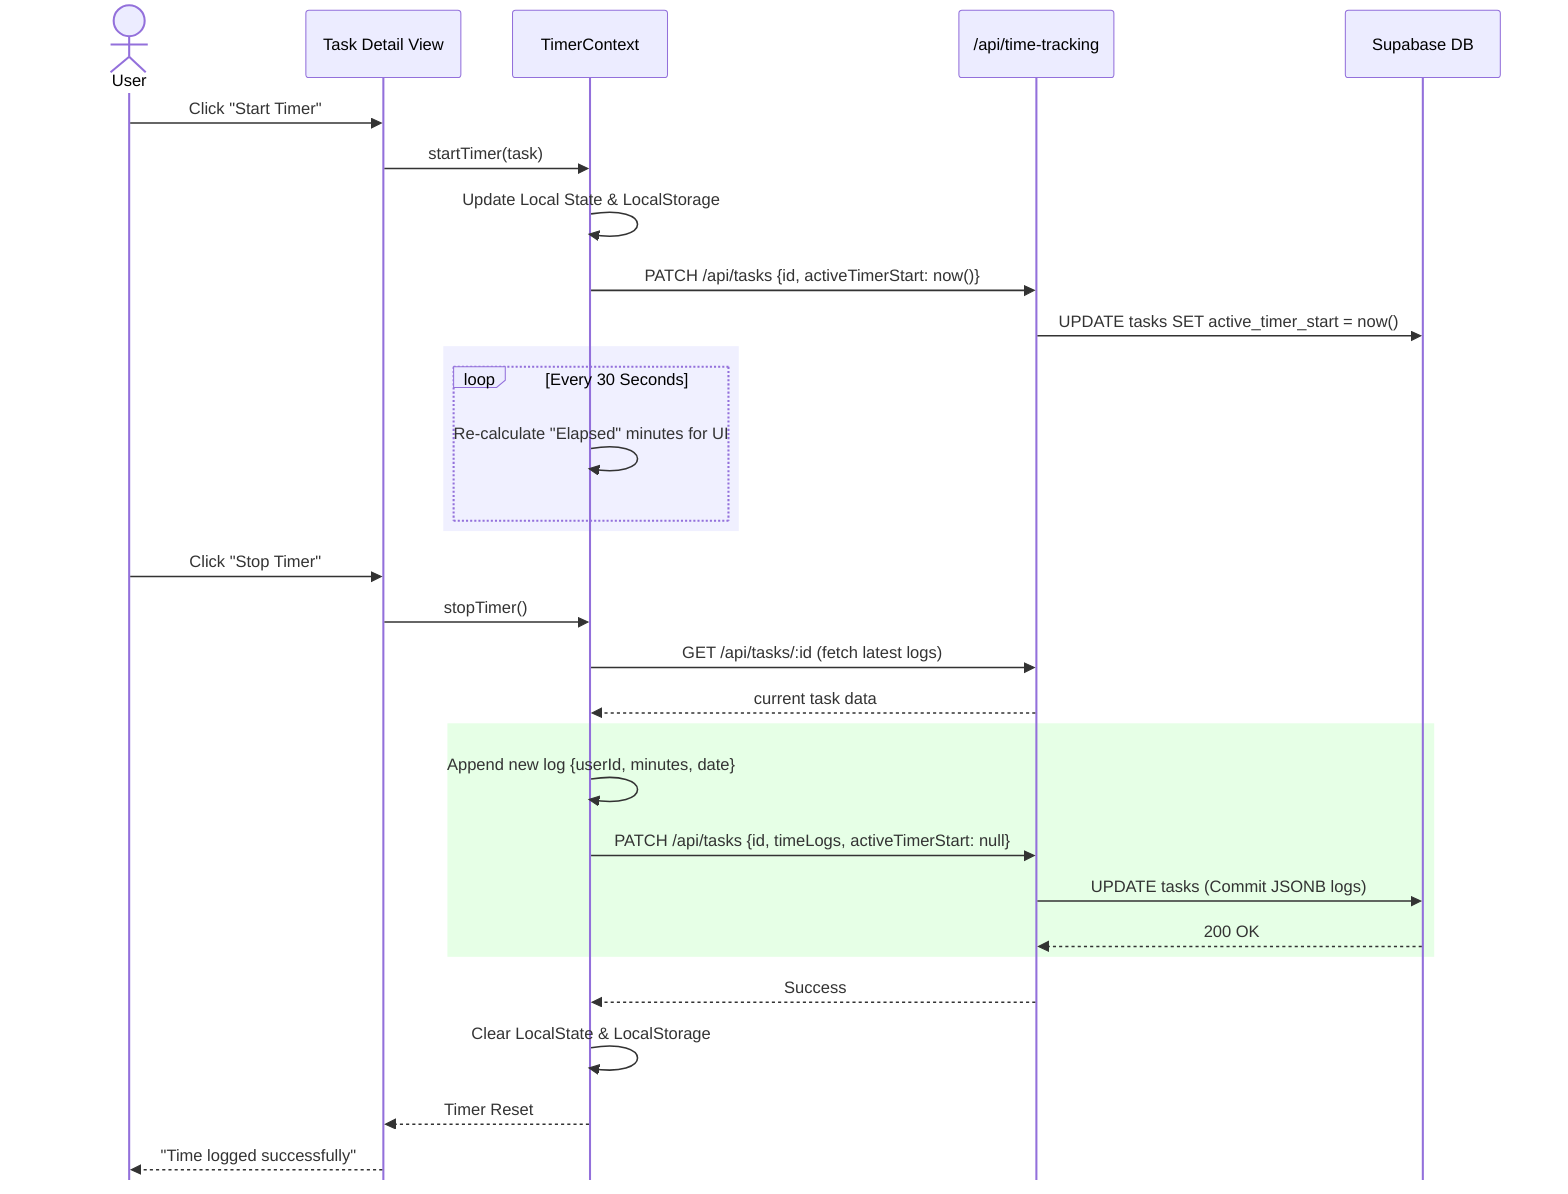
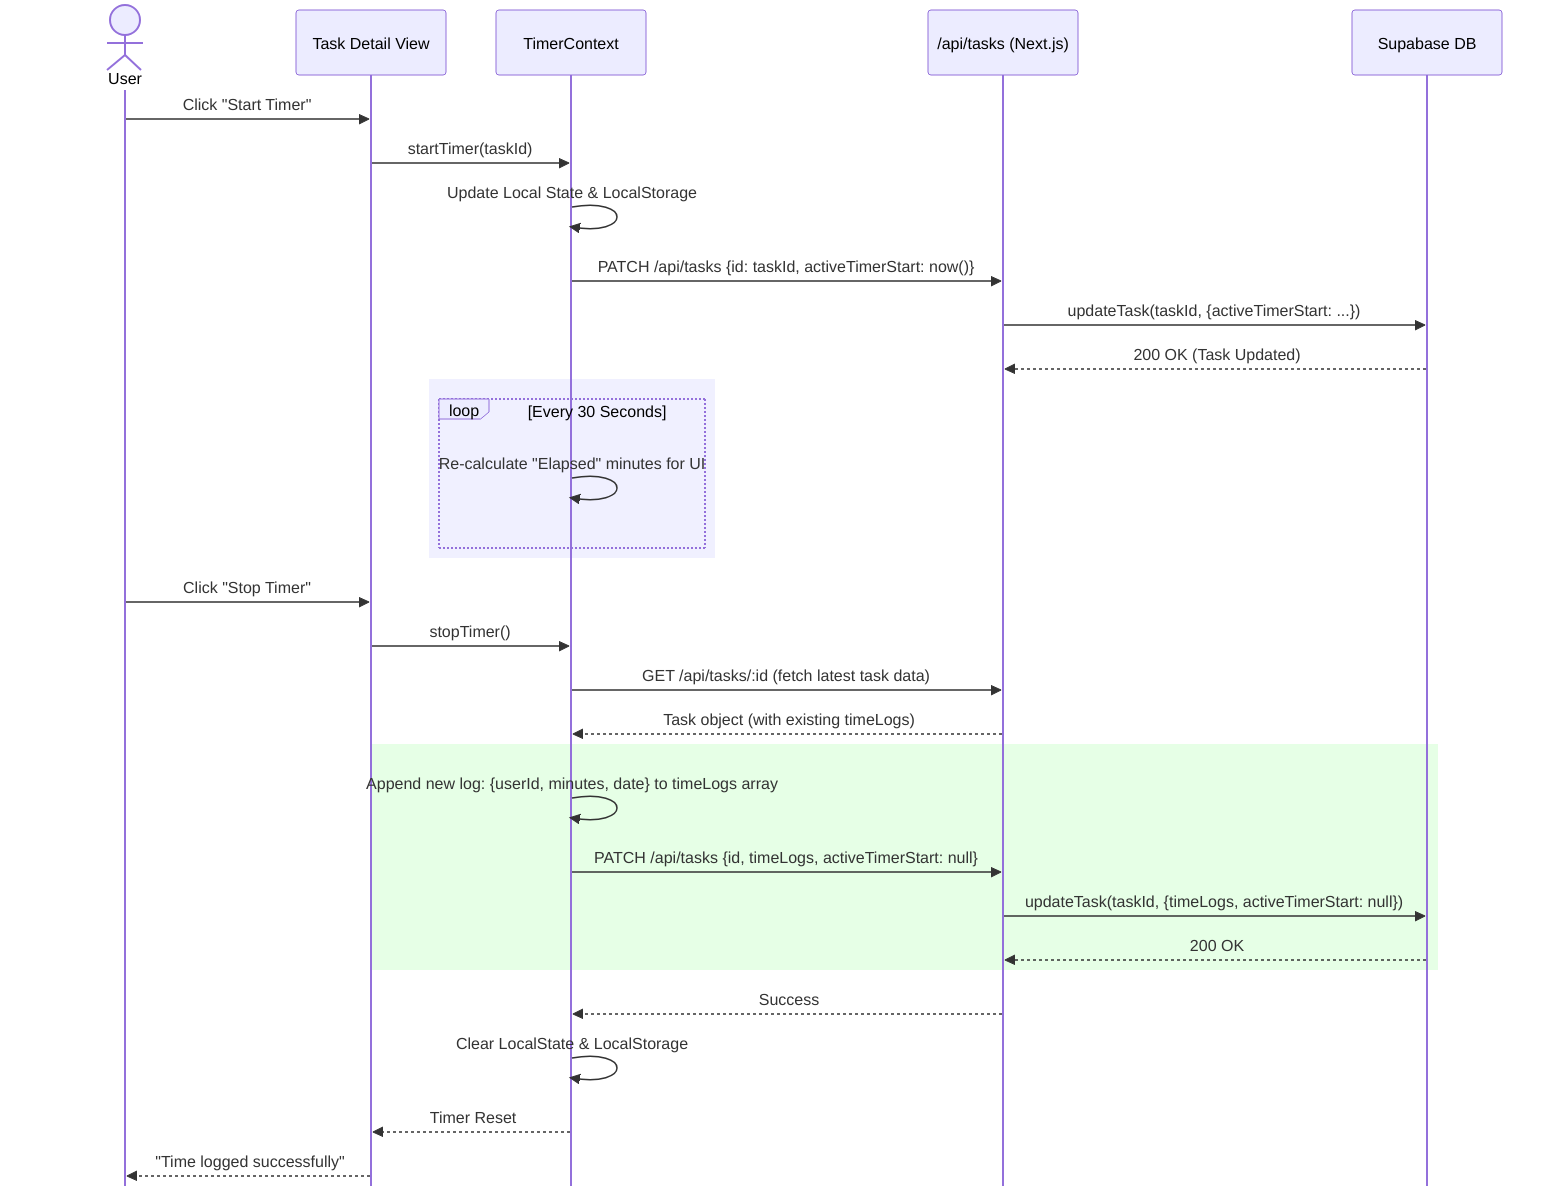
%%{init: {"sequence": {"mirrorActors": false}}}%%
sequenceDiagram
    actor User
    participant Page as Task Detail View
    participant Ctx as TimerContext
-     participant API as /api/time-tracking
+     participant API as /api/tasks (Next.js)
    participant DB as Supabase DB

    User->>Page: Click "Start Timer"
-     Page->>Ctx: startTimer(task)
+     Page->>Ctx: startTimer(taskId)
    Ctx->>Ctx: Update Local State & LocalStorage
-     Ctx->>API: PATCH /api/tasks {id, activeTimerStart: now()}
-     API->>DB: UPDATE tasks SET active_timer_start = now()
+     Ctx->>API: PATCH /api/tasks {id: taskId, activeTimerStart: now()}
+     API->>DB: updateTask(taskId, {activeTimerStart: ...})
+     DB-->>API: 200 OK (Task Updated)

    rect rgb(240, 240, 255)
    loop Every 30 Seconds
        Ctx->>Ctx: Re-calculate "Elapsed" minutes for UI
    end
    end

    User->>Page: Click "Stop Timer"
    Page->>Ctx: stopTimer()
-     Ctx->>API: GET /api/tasks/:id (fetch latest logs)
-     API-->>Ctx: current task data
+     Ctx->>API: GET /api/tasks/:id (fetch latest task data)
+     API-->>Ctx: Task object (with existing timeLogs)

    rect rgb(230, 255, 230)
-     Ctx->>Ctx: Append new log {userId, minutes, date}
+     Ctx->>Ctx: Append new log: {userId, minutes, date} to timeLogs array
    Ctx->>API: PATCH /api/tasks {id, timeLogs, activeTimerStart: null}
-     API->>DB: UPDATE tasks (Commit JSONB logs)
+     API->>DB: updateTask(taskId, {timeLogs, activeTimerStart: null})
    DB-->>API: 200 OK
    end

    API-->>Ctx: Success
    Ctx->>Ctx: Clear LocalState & LocalStorage
    Ctx-->>Page: Timer Reset
    Page-->>User: "Time logged successfully"
